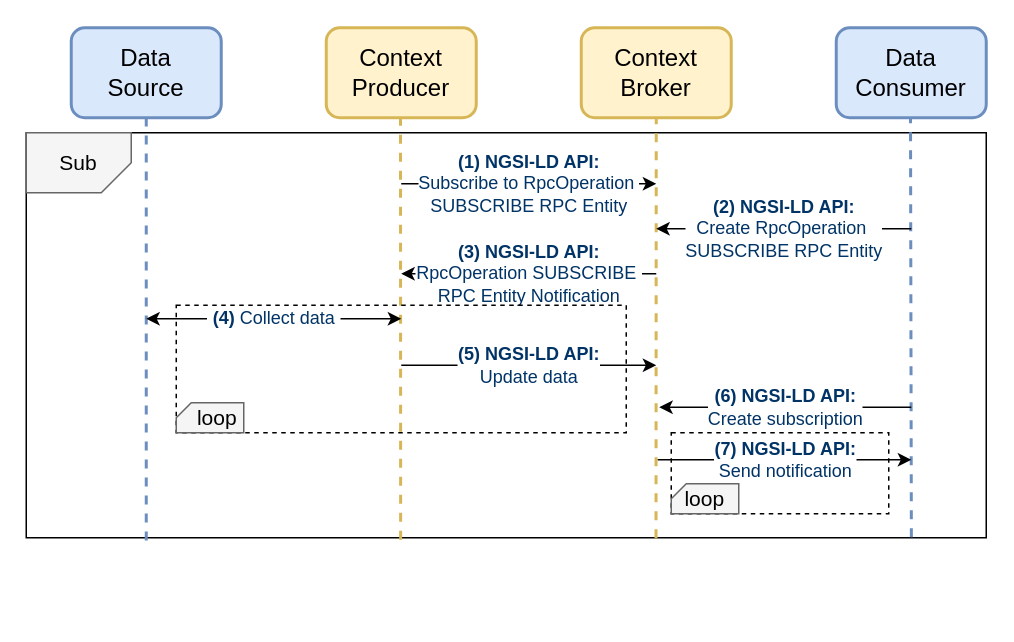
The draw.io diagram page "data-materialization-workflow-subscription" (4 of 12) of ngsi-ld/information-models/summary-workflows-ndt-network-data-acquisition-automation.drawio in giros-dit/yang-to-ngsi-ld, before the edit. Source tidied: cells renumbered, new cells numbered last; positions are measured from the earlier drawing's top-left corner, leaving out a move shared by most shapes. Both pictures are drawn from the tidied source at 150%, with x=0, y=0 at pixel (26, 27).
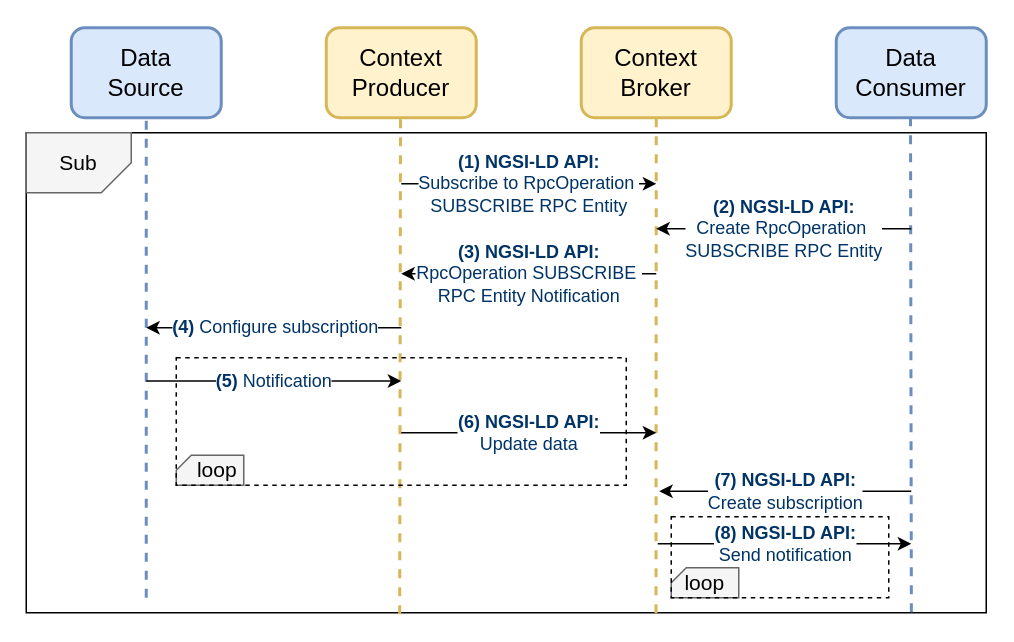
The same page after the edit.

Unchanged cells that the change refers to:
```xml
<mxCell id="5" value="&lt;span style=&quot;font-weight: normal; font-size: 16px;&quot;&gt;Data&lt;br style=&quot;&quot;&gt;Source&lt;/span&gt;" style="rounded=1;whiteSpace=wrap;html=1;fillColor=#dae8fc;strokeColor=#6c8ebf;fontStyle=1;fontSize=15;strokeWidth=2;" parent="1" vertex="1">
  <mxGeometry x="30" width="100" height="60" as="geometry" />
</mxCell>
```

Change to the diagram source:
```diff
@@
     <mxCell id="2" style="verticalLabelPosition=bottom;verticalAlign=top;html=1;shape=mxgraph.basic.rect;fillColor2=none;strokeWidth=1;size=20;indent=5;" parent="1" vertex="1">
-      <mxGeometry y="70" width="640" height="270" as="geometry" />
+      <mxGeometry y="70" width="640" height="320" as="geometry" />
     </mxCell>
@@
-    <mxCell id="7" style="endArrow=none;dashed=1;html=1;rounded=0;entryX=0.5;entryY=1;entryDx=0;entryDy=0;fillColor=#dae8fc;strokeColor=#6c8ebf;strokeWidth=2;exitX=0.125;exitY=1.007;exitDx=0;exitDy=0;exitPerimeter=0;" parent="1" edge="1" source="2" target="5">
-      <mxGeometry relative="1" as="geometry" />
+    <mxCell id="7" style="endArrow=none;dashed=1;html=1;rounded=0;entryX=0.5;entryY=1;entryDx=0;entryDy=0;fillColor=#dae8fc;strokeColor=#6c8ebf;strokeWidth=2;" parent="1" edge="1" target="5">
+      <mxGeometry relative="1" as="geometry">
+        <mxPoint x="80" y="380" as="sourcePoint" />
+      </mxGeometry>
     </mxCell>
@@
-    <mxCell id="9" style="endArrow=none;dashed=1;html=1;rounded=0;entryX=0.5;entryY=1;entryDx=0;entryDy=0;fillColor=#fff2cc;strokeColor=#d6b656;strokeWidth=2;exitX=0.39;exitY=1.005;exitDx=0;exitDy=0;exitPerimeter=0;" parent="1" edge="1" source="2">
+    <mxCell id="9" style="endArrow=none;dashed=1;html=1;rounded=0;entryX=0.5;entryY=1;entryDx=0;entryDy=0;fillColor=#fff2cc;strokeColor=#d6b656;strokeWidth=2;exitX=0.389;exitY=1.003;exitDx=0;exitDy=0;exitPerimeter=0;" parent="1" edge="1" source="2">
       <mxGeometry relative="1" as="geometry">
         <mxPoint x="249.5" y="60" as="targetPoint" />
       </mxGeometry>
     </mxCell>
@@
-    <mxCell id="11" value="&lt;font style=&quot;font-size: 12px;&quot; color=&quot;#003366&quot;&gt;&amp;nbsp;&lt;b&gt;(4)&lt;/b&gt; Collect data&amp;nbsp;&lt;/font&gt;" style="endArrow=classic;html=1;rounded=0;startArrow=classic;startFill=1;" parent="1" edge="1">
-      <mxGeometry relative="1" as="geometry">
-        <mxPoint x="80" y="194" as="sourcePoint" />
-        <mxPoint x="250" y="194" as="targetPoint" />
-      </mxGeometry>
-    </mxCell>
-    <mxCell id="12" value="&lt;font style=&quot;font-size: 12px;&quot; color=&quot;#003366&quot;&gt;&lt;b style=&quot;&quot;&gt;(5) NGSI-LD API:&lt;br&gt;&lt;/b&gt;Update data&lt;/font&gt;" style="endArrow=classic;html=1;rounded=0;" parent="1" edge="1">
+    <mxCell id="12" value="&lt;font style=&quot;font-size: 12px;&quot; color=&quot;#003366&quot;&gt;&lt;b style=&quot;&quot;&gt;(6) NGSI-LD API:&lt;br&gt;&lt;/b&gt;Update data&lt;/font&gt;" style="endArrow=classic;html=1;rounded=0;" parent="1" edge="1">
       <mxGeometry relative="1" as="geometry">
-        <mxPoint x="250" y="225" as="sourcePoint" />
-        <mxPoint x="420" y="225" as="targetPoint" />
+        <mxPoint x="250" y="270" as="sourcePoint" />
+        <mxPoint x="420" y="270" as="targetPoint" />
       </mxGeometry>
     </mxCell>
-    <mxCell id="13" value="&lt;font style=&quot;font-size: 12px;&quot; color=&quot;#003366&quot;&gt;&lt;b&gt;(6) NGSI-LD API:&lt;/b&gt;&lt;br&gt;Create subscription&lt;/font&gt;" style="endArrow=none;html=1;rounded=0;startArrow=classic;startFill=1;endFill=0;" parent="1" edge="1">
+    <mxCell id="13" value="&lt;font style=&quot;font-size: 12px;&quot; color=&quot;#003366&quot;&gt;&lt;b&gt;(7) NGSI-LD API:&lt;/b&gt;&lt;br&gt;Create subscription&lt;/font&gt;" style="endArrow=none;html=1;rounded=0;startArrow=classic;startFill=1;endFill=0;" parent="1" edge="1">
       <mxGeometry relative="1" as="geometry">
-        <mxPoint x="422" y="253" as="sourcePoint" />
-        <mxPoint x="590" y="253" as="targetPoint" />
+        <mxPoint x="422" y="309" as="sourcePoint" />
+        <mxPoint x="590" y="309" as="targetPoint" />
       </mxGeometry>
     </mxCell>
-    <mxCell id="14" value="&lt;font style=&quot;font-size: 12px;&quot; color=&quot;#003366&quot;&gt;&lt;b&gt;(7) NGSI-LD API:&lt;/b&gt;&lt;br&gt;Send notification&lt;/font&gt;" style="endArrow=classic;html=1;rounded=0;startArrow=none;startFill=0;endFill=1;" parent="1" edge="1">
+    <mxCell id="14" value="&lt;font style=&quot;font-size: 12px;&quot; color=&quot;#003366&quot;&gt;&lt;b&gt;(8) NGSI-LD API:&lt;/b&gt;&lt;br&gt;Send notification&lt;/font&gt;" style="endArrow=classic;html=1;rounded=0;startArrow=none;startFill=0;endFill=1;" parent="1" edge="1">
       <mxGeometry x="0.01" relative="1" as="geometry">
-        <mxPoint x="421" y="288" as="sourcePoint" />
-        <mxPoint x="590" y="288" as="targetPoint" />
+        <mxPoint x="421" y="344" as="sourcePoint" />
+        <mxPoint x="590" y="344" as="targetPoint" />
       </mxGeometry>
     </mxCell>
@@
-    <mxCell id="20" style="verticalLabelPosition=bottom;verticalAlign=top;html=1;shape=mxgraph.basic.rect;fillColor2=none;strokeWidth=1;size=20;indent=5;fillColor=none;dashed=1;" parent="1" vertex="1">
-      <mxGeometry x="100" y="185" width="300" height="85" as="geometry" />
-    </mxCell>
     <mxCell id="21" style="verticalLabelPosition=bottom;verticalAlign=top;html=1;shape=card;whiteSpace=wrap;size=10;arcSize=12;rotation=0;fillColor=#f5f5f5;strokeColor=#666666;fontColor=#333333;" parent="1" vertex="1">
-      <mxGeometry x="100" y="250" width="45" height="20" as="geometry" />
+      <mxGeometry x="100" y="285" width="45" height="20" as="geometry" />
     </mxCell>
     <mxCell id="22" value="&lt;font style=&quot;font-size: 14px;&quot;&gt;loop&lt;/font&gt;" style="text;html=1;align=center;verticalAlign=middle;whiteSpace=wrap;rounded=0;" parent="1" vertex="1">
-      <mxGeometry x="110" y="250" width="35" height="20" as="geometry" />
+      <mxGeometry x="110" y="285" width="35" height="20" as="geometry" />
     </mxCell>
-    <mxCell id="23" style="verticalLabelPosition=bottom;verticalAlign=top;html=1;shape=mxgraph.basic.rect;fillColor2=none;strokeWidth=1;size=20;indent=5;fillColor=none;dashed=1;" parent="1" vertex="1">
-      <mxGeometry x="430" y="270" width="145" height="54" as="geometry" />
-    </mxCell>
     <mxCell id="24" style="verticalLabelPosition=bottom;verticalAlign=top;html=1;shape=card;whiteSpace=wrap;size=10;arcSize=12;rotation=0;fillColor=#f5f5f5;strokeColor=#666666;fontColor=#333333;" parent="1" vertex="1">
-      <mxGeometry x="430" y="304" width="45" height="20" as="geometry" />
+      <mxGeometry x="430" y="360" width="45" height="20" as="geometry" />
     </mxCell>
     <mxCell id="25" value="&lt;font style=&quot;font-size: 14px;&quot;&gt;loop&lt;/font&gt;" style="text;html=1;align=center;verticalAlign=middle;whiteSpace=wrap;rounded=0;" parent="1" vertex="1">
-      <mxGeometry x="435" y="304" width="35" height="20" as="geometry" />
+      <mxGeometry x="435" y="360" width="35" height="20" as="geometry" />
     </mxCell>
+    <mxCell id="26" value="&lt;font style=&quot;font-size: 12px;&quot;&gt;&lt;b style=&quot;color: rgb(0, 51, 102);&quot;&gt;(4) &lt;/b&gt;&lt;span style=&quot;color: rgb(0, 51, 102);&quot;&gt;Configure subscription&lt;/span&gt;&lt;/font&gt;" style="endArrow=none;html=1;rounded=0;startArrow=classic;startFill=1;endFill=0;" parent="1" edge="1">
+      <mxGeometry x="0.01" relative="1" as="geometry">
+        <mxPoint x="80" y="200" as="sourcePoint" />
+        <mxPoint x="250" y="200" as="targetPoint" />
+      </mxGeometry>
+    </mxCell>
+    <mxCell id="27" value="&lt;font style=&quot;font-size: 12px;&quot;&gt;&lt;b style=&quot;color: rgb(0, 51, 102);&quot;&gt;(5) &lt;/b&gt;&lt;span style=&quot;color: rgb(0, 51, 102);&quot;&gt;Notification&lt;/span&gt;&lt;/font&gt;" style="endArrow=classic;html=1;rounded=0;startArrow=none;startFill=0;endFill=1;" parent="1" edge="1">
+      <mxGeometry relative="1" as="geometry">
+        <mxPoint x="80" y="235.5" as="sourcePoint" />
+        <mxPoint x="250" y="235.5" as="targetPoint" />
+      </mxGeometry>
+    </mxCell>
+    <mxCell id="28" style="verticalLabelPosition=bottom;verticalAlign=top;html=1;shape=mxgraph.basic.rect;fillColor2=none;strokeWidth=1;size=20;indent=5;fillColor=none;dashed=1;" parent="1" vertex="1">
+      <mxGeometry x="100" y="220" width="300" height="85" as="geometry" />
+    </mxCell>
+    <mxCell id="29" style="verticalLabelPosition=bottom;verticalAlign=top;html=1;shape=mxgraph.basic.rect;fillColor2=none;strokeWidth=1;size=20;indent=5;fillColor=none;dashed=1;" parent="1" vertex="1">
+      <mxGeometry x="430" y="326" width="145" height="54" as="geometry" />
+    </mxCell>
```
